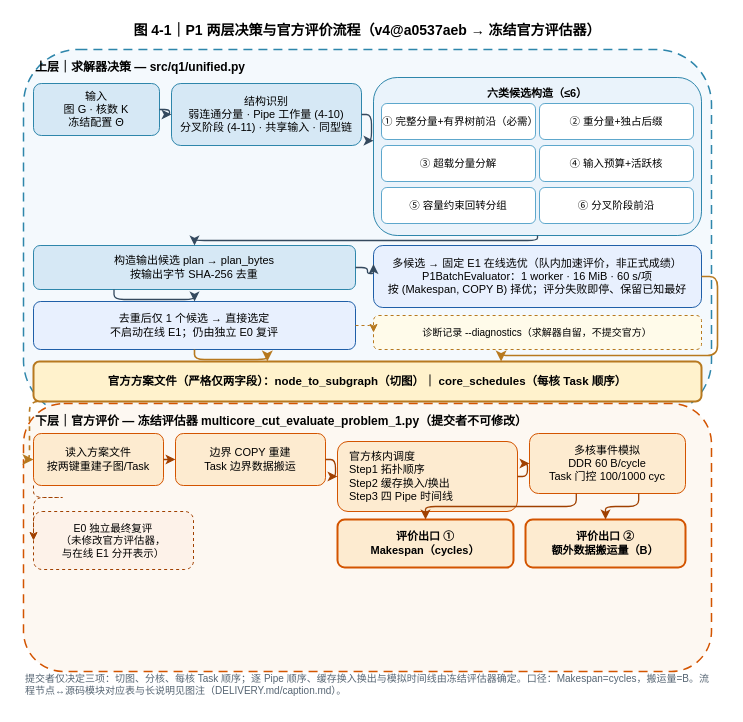
Earlier version of the draw.io diagram figures/a/jia-fig4-1-20260926/fig4-1-p1-two-layer-flow.drawio (Vioano/huaweicup2026). Source tidied: cells renumbered, new cells numbered last; positions are measured from the earlier drawing's top-left corner, leaving out a move shared by most shapes. Both pictures are drawn from the tidied source at 100%, with x=0, y=0 at pixel (17, 17).
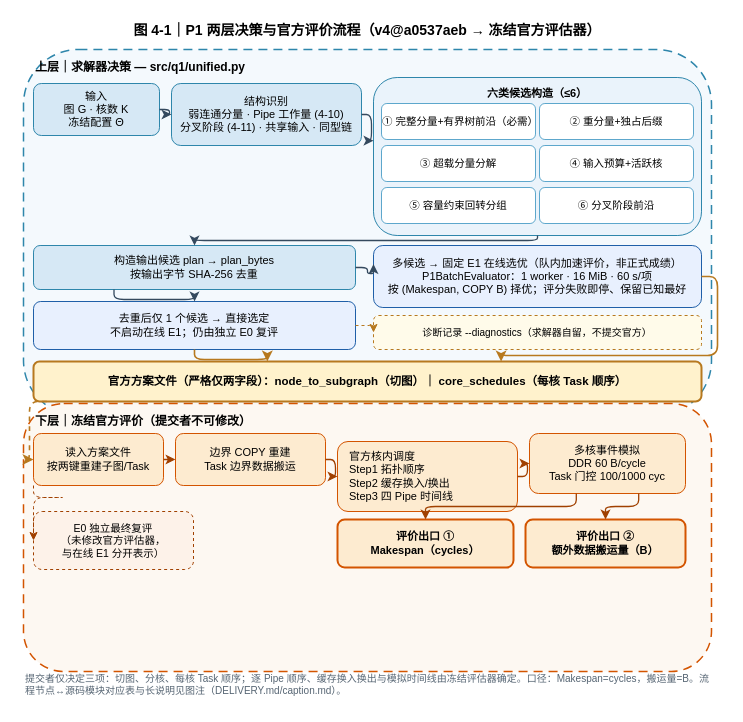
The same diagram, later.

Commit message (it also covers changes not shown here):
figures(4-1 v8): F41-R02 preferred fix - shorten lower title to free evaluator band, full script path to caption; records aligned to F41/F42 detailed lists; hashes recomputed last

What changed in the source:
```diff
@@
-    <mxCell id="18" value="下层｜官方评价 — 冻结评估器 multicore_cut_evaluate_problem_1.py（提交者不可修改）" style="rounded=1;whiteSpace=wrap;html=1;dashed=1;dashPattern=6 4;fillColor=#FDF8F2;strokeColor=#D35400;strokeWidth=1.5;fontSize=12;fontStyle=1;fontFamily=Microsoft YaHei;verticalAlign=top;align=left;spacingLeft=10;spacingTop=4;" parent="1" vertex="1">
+    <mxCell id="18" value="下层｜冻结官方评价（提交者不可修改）" style="rounded=1;whiteSpace=wrap;html=1;dashed=1;dashPattern=6 4;fillColor=#FDF8F2;strokeColor=#D35400;strokeWidth=1.5;fontSize=12;fontStyle=1;fontFamily=Microsoft YaHei;verticalAlign=top;align=left;spacingLeft=10;spacingTop=4;" parent="1" vertex="1">
       <mxGeometry x="6" y="386" width="688" height="268" as="geometry" />
     </mxCell>
```
